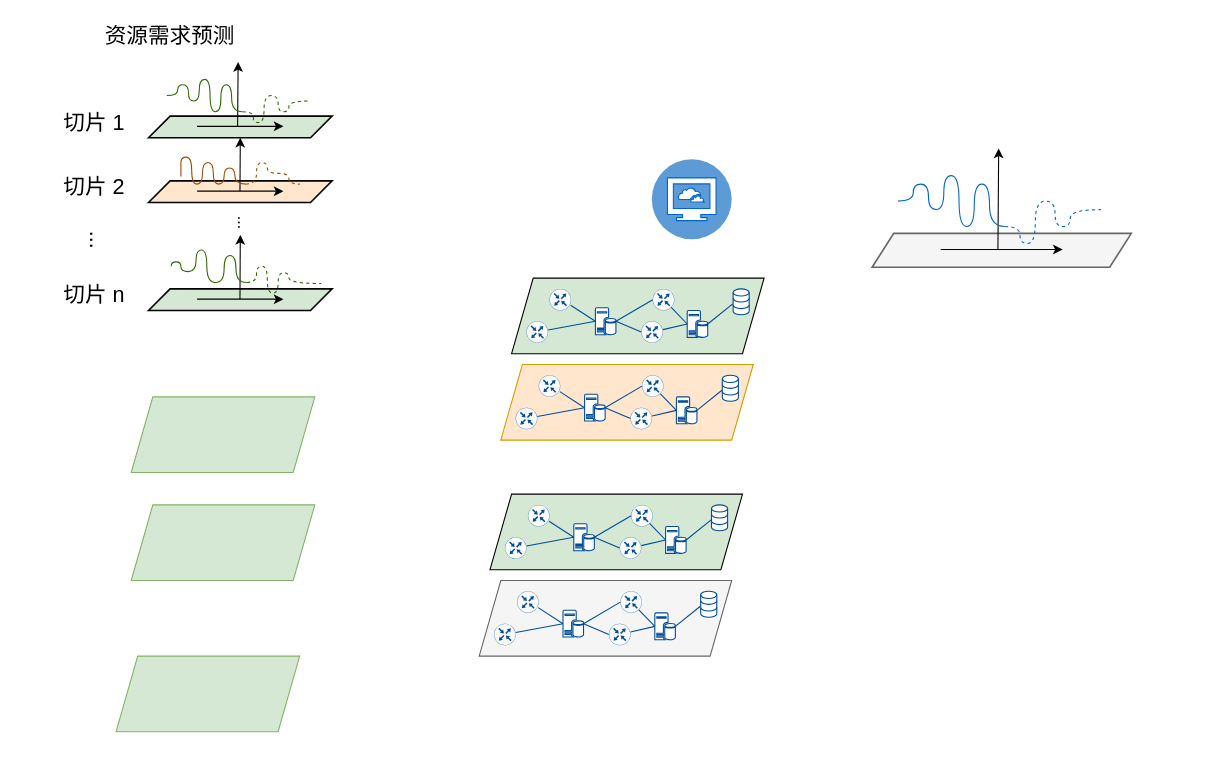
Earlier version of the draw.io diagram 切片调度.drawio (SOANykun/SOA.github.io). Source tidied: cells renumbered, new cells numbered last; positions are measured from the earlier drawing's top-left corner, leaving out a move shared by most shapes. Both pictures are drawn from the tidied source at 108%, with x=0, y=0 at pixel (18, 18).
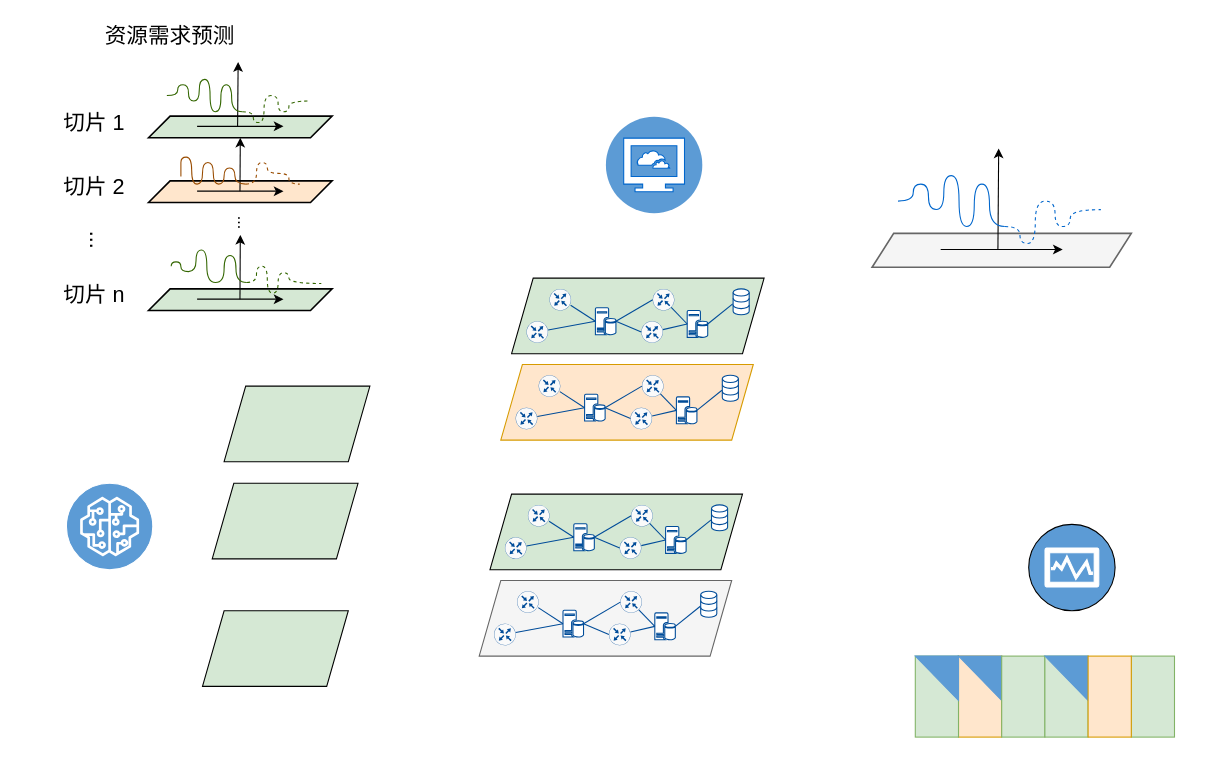
After the change.

Commit message (it also covers changes not shown here):
更新切片调度.drawio

Diff of the diagram source:
```diff
@@
-    <mxCell id="87" style="shape=parallelogram;perimeter=parallelogramPerimeter;whiteSpace=wrap;html=1;fixedSize=1;strokeColor=#82b366;strokeWidth=1;fillColor=#d5e8d4;" parent="1" vertex="1">
-      <mxGeometry x="104" y="350" width="170" height="70" as="geometry" />
-    </mxCell>
-    <mxCell id="88" style="shape=parallelogram;perimeter=parallelogramPerimeter;whiteSpace=wrap;html=1;fixedSize=1;strokeColor=#82b366;strokeWidth=1;fillColor=#d5e8d4;" parent="1" vertex="1">
-      <mxGeometry x="104" y="450" width="170" height="70" as="geometry" />
-    </mxCell>
-    <mxCell id="89" style="shape=parallelogram;perimeter=parallelogramPerimeter;whiteSpace=wrap;html=1;fixedSize=1;strokeColor=#82b366;strokeWidth=1;fillColor=#d5e8d4;" parent="1" vertex="1">
-      <mxGeometry x="90" y="590" width="170" height="70" as="geometry" />
+    <mxCell id="89" style="shape=parallelogram;perimeter=parallelogramPerimeter;whiteSpace=wrap;html=1;fixedSize=1;strokeColor=#000000;strokeWidth=1;fillColor=#d5e8d4;" parent="1" vertex="1">
+      <mxGeometry x="170" y="548" width="135" height="70" as="geometry" />
     </mxCell>
@@
     <mxCell id="96" style="group;" parent="1" vertex="1">
-      <mxGeometry x="586" y="130" width="74" height="74" as="geometry" />
+      <mxGeometry x="540" y="120" width="92.1" height="74" as="geometry" />
     </mxCell>
     <mxCell id="97" style="ellipse;whiteSpace=wrap;html=1;strokeColor=none;strokeWidth=1;fillColor=#5C9BD5;" parent="96" vertex="1">
-      <mxGeometry width="74" height="74" as="geometry" />
+      <mxGeometry x="3.5" y="-29.4" width="89.3" height="89.3" as="geometry" />
     </mxCell>
     <mxCell id="98" style="sketch=0;html=1;strokeColor=#0066CC;shadow=0;align=center;verticalAlign=top;fillColor=#FFFFFF;shape=mxgraph.gcp2.cloud_computer;strokeWidth=1;" parent="96" vertex="1">
-      <mxGeometry x="14.5" y="17.2" width="45" height="39.6" as="geometry" />
+      <mxGeometry x="20" y="-9.6" width="56.3" height="49.6" as="geometry" />
     </mxCell>
+    <mxCell id="99" style="group;" parent="1" vertex="1">
+      <mxGeometry x="830" y="590" width="257.5" height="90" as="geometry" />
+    </mxCell>
+    <mxCell id="100" style="group;" parent="99" vertex="1">
+      <mxGeometry x="40" width="57.5" height="90" as="geometry" />
+    </mxCell>
+    <mxCell id="101" style="rounded=0;whiteSpace=wrap;html=1;strokeColor=#d79b00;strokeWidth=1;fillColor=#ffe6cc;rotation=90;" parent="100" vertex="1">
+      <mxGeometry x="-17.5" y="17.5" width="75" height="40" as="geometry" />
+    </mxCell>
+    <mxCell id="102" style="verticalLabelPosition=bottom;verticalAlign=top;html=1;shape=mxgraph.basic.orthogonal_triangle;strokeColor=#5C9BD5;strokeWidth=1;fillColor=#5C9BD5;rotation=-180;" parent="100" vertex="1">
+      <mxGeometry width="40" height="41" as="geometry" />
+    </mxCell>
+    <mxCell id="103" style="group;" parent="99" vertex="1">
+      <mxGeometry x="80" width="57.5" height="90" as="geometry" />
+    </mxCell>
+    <mxCell id="104" style="rounded=0;whiteSpace=wrap;html=1;strokeColor=#82b366;strokeWidth=1;fillColor=#d5e8d4;rotation=90;" parent="103" vertex="1">
+      <mxGeometry x="-17.5" y="17.5" width="75" height="40" as="geometry" />
+    </mxCell>
+    <mxCell id="105" style="group;" parent="99" vertex="1">
+      <mxGeometry x="120" width="57.5" height="90" as="geometry" />
+    </mxCell>
+    <mxCell id="106" style="rounded=0;whiteSpace=wrap;html=1;strokeColor=#82b366;strokeWidth=1;fillColor=#d5e8d4;rotation=90;" parent="105" vertex="1">
+      <mxGeometry x="-17.5" y="17.5" width="75" height="40" as="geometry" />
+    </mxCell>
+    <mxCell id="107" style="verticalLabelPosition=bottom;verticalAlign=top;html=1;shape=mxgraph.basic.orthogonal_triangle;strokeColor=#5C9BD5;strokeWidth=1;fillColor=#5C9BD5;rotation=-180;" parent="105" vertex="1">
+      <mxGeometry width="40" height="41" as="geometry" />
+    </mxCell>
+    <mxCell id="108" style="group;" parent="99" vertex="1">
+      <mxGeometry x="200" width="57.5" height="90" as="geometry" />
+    </mxCell>
+    <mxCell id="109" style="rounded=0;whiteSpace=wrap;html=1;strokeColor=#82b366;strokeWidth=1;fillColor=#d5e8d4;rotation=90;" parent="108" vertex="1">
+      <mxGeometry x="-17.5" y="17.5" width="75" height="40" as="geometry" />
+    </mxCell>
+    <mxCell id="110" style="group;" parent="99" vertex="1">
+      <mxGeometry width="57.5" height="90" as="geometry" />
+    </mxCell>
+    <mxCell id="111" style="rounded=0;whiteSpace=wrap;html=1;strokeColor=#82b366;strokeWidth=1;fillColor=#d5e8d4;rotation=90;" parent="110" vertex="1">
+      <mxGeometry x="-17.5" y="17.5" width="75" height="40" as="geometry" />
+    </mxCell>
+    <mxCell id="112" style="verticalLabelPosition=bottom;verticalAlign=top;html=1;shape=mxgraph.basic.orthogonal_triangle;strokeColor=#5C9BD5;strokeWidth=1;fillColor=#5C9BD5;rotation=-180;" parent="110" vertex="1">
+      <mxGeometry width="40" height="41" as="geometry" />
+    </mxCell>
+    <mxCell id="113" style="rounded=0;whiteSpace=wrap;html=1;strokeColor=#d79b00;strokeWidth=1;fillColor=#ffe6cc;rotation=90;" parent="99" vertex="1">
+      <mxGeometry x="142.5" y="17.5" width="75" height="40" as="geometry" />
+    </mxCell>
+    <mxCell id="114" style="group;" parent="1" vertex="1">
+      <mxGeometry x="935" y="468" width="80" height="80" as="geometry" />
+    </mxCell>
+    <mxCell id="115" style="ellipse;whiteSpace=wrap;html=1;labelBackgroundColor=#5C9BD5;strokeColor=default;strokeWidth=1;fillColor=#5C9BD5;" parent="114" vertex="1">
+      <mxGeometry width="80" height="80" as="geometry" />
+    </mxCell>
+    <mxCell id="116" style="sketch=0;shadow=0;dashed=0;html=1;strokeColor=#FFFFFF;labelPosition=center;verticalLabelPosition=bottom;verticalAlign=top;align=center;fillColor=#FFFFFF;shape=mxgraph.mscae.enterprise.performance_monitor;labelBackgroundColor=#5C9BD5;strokeWidth=1;" parent="114" vertex="1">
+      <mxGeometry x="15" y="22" width="50" height="36" as="geometry" />
+    </mxCell>
+    <mxCell id="117" style="group;" parent="1" vertex="1">
+      <mxGeometry x="44" y="430" width="80" height="80" as="geometry" />
+    </mxCell>
+    <mxCell id="118" style="ellipse;whiteSpace=wrap;html=1;labelBackgroundColor=#5C9BD5;strokeColor=#FFFFFF;strokeWidth=1;fontColor=#5C9BD5;fillColor=#5C9BD5;" parent="117" vertex="1">
+      <mxGeometry width="80" height="80" as="geometry" />
+    </mxCell>
+    <mxCell id="119" style="sketch=0;fontColor=#232F3E;gradientColor=none;fillColor=#FFFFFF;strokeColor=none;dashed=0;verticalLabelPosition=bottom;verticalAlign=top;align=center;html=1;fontSize=12;fontStyle=0;shape=mxgraph.aws4.sagemaker_model;labelBackgroundColor=#5C9BD5;strokeWidth=1;" parent="117" vertex="1">
+      <mxGeometry x="12.5" y="12.5" width="55" height="55" as="geometry" />
+    </mxCell>
+    <mxCell id="120" style="edgeStyle=none;rounded=0;orthogonalLoop=1;jettySize=auto;html=1;entryX=0;entryY=0.5;entryDx=0;entryDy=0;strokeColor=#0066CC;fontColor=#5C9BD5;endArrow=none;endFill=0;" parent="1" edge="1">
+      <mxGeometry relative="1" as="geometry">
+        <mxPoint x="190" y="485" as="sourcePoint" />
+        <mxPoint x="190" y="485" as="targetPoint" />
+      </mxGeometry>
+    </mxCell>
+    <mxCell id="121" style="shape=parallelogram;perimeter=parallelogramPerimeter;whiteSpace=wrap;html=1;fixedSize=1;strokeColor=#000000;strokeWidth=1;fillColor=#d5e8d4;" parent="1" vertex="1">
+      <mxGeometry x="179" y="430" width="135" height="70" as="geometry" />
+    </mxCell>
+    <mxCell id="122" style="shape=parallelogram;perimeter=parallelogramPerimeter;whiteSpace=wrap;html=1;fixedSize=1;strokeColor=#000000;strokeWidth=1;fillColor=#d5e8d4;" parent="1" vertex="1">
+      <mxGeometry x="190" y="340" width="135" height="70" as="geometry" />
+    </mxCell>
```
